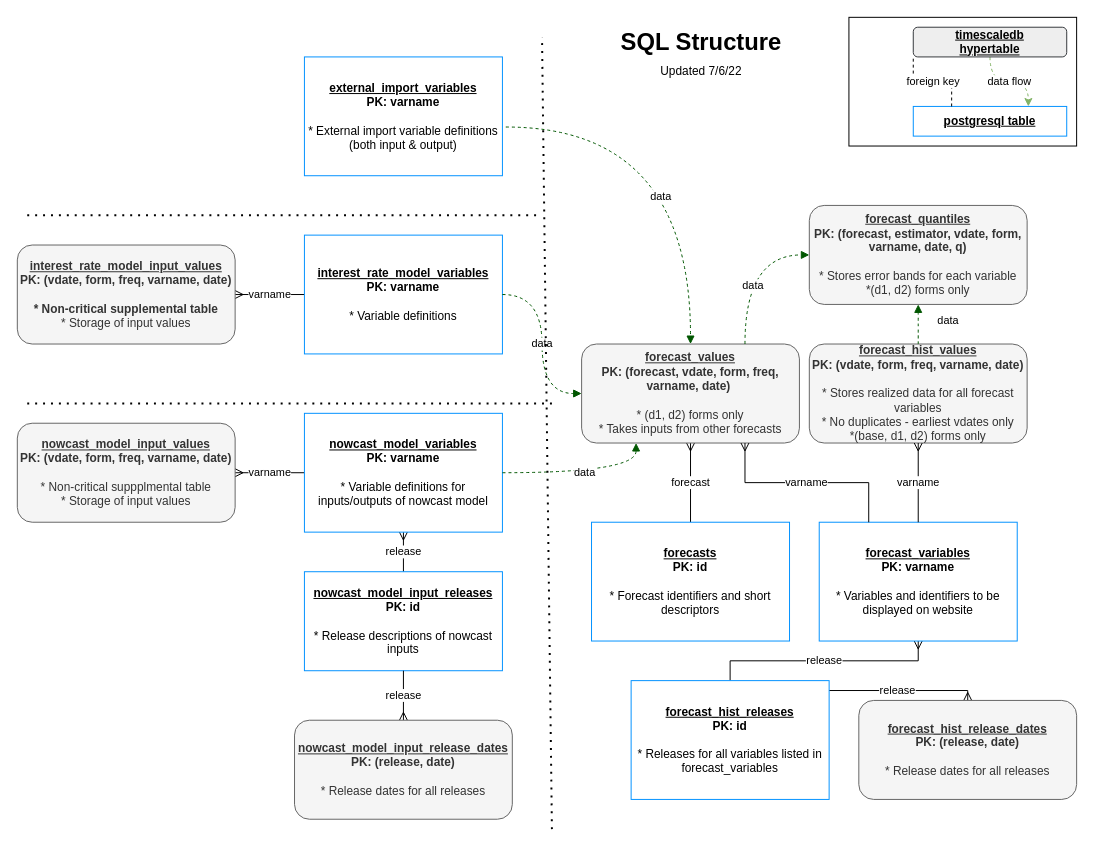
bongohead/econforecasting-r keeps this draw.io diagram as page "sql-structure" (1 of 4) of docs/diagram.drawio. Above is the earlier version. Source tidied: cells renumbered, new cells numbered last; positions are measured from the earlier drawing's top-left corner, leaving out a move shared by most shapes. Both pictures are drawn from the tidied source at 99%, with x=0, y=0 at pixel (17, 17).
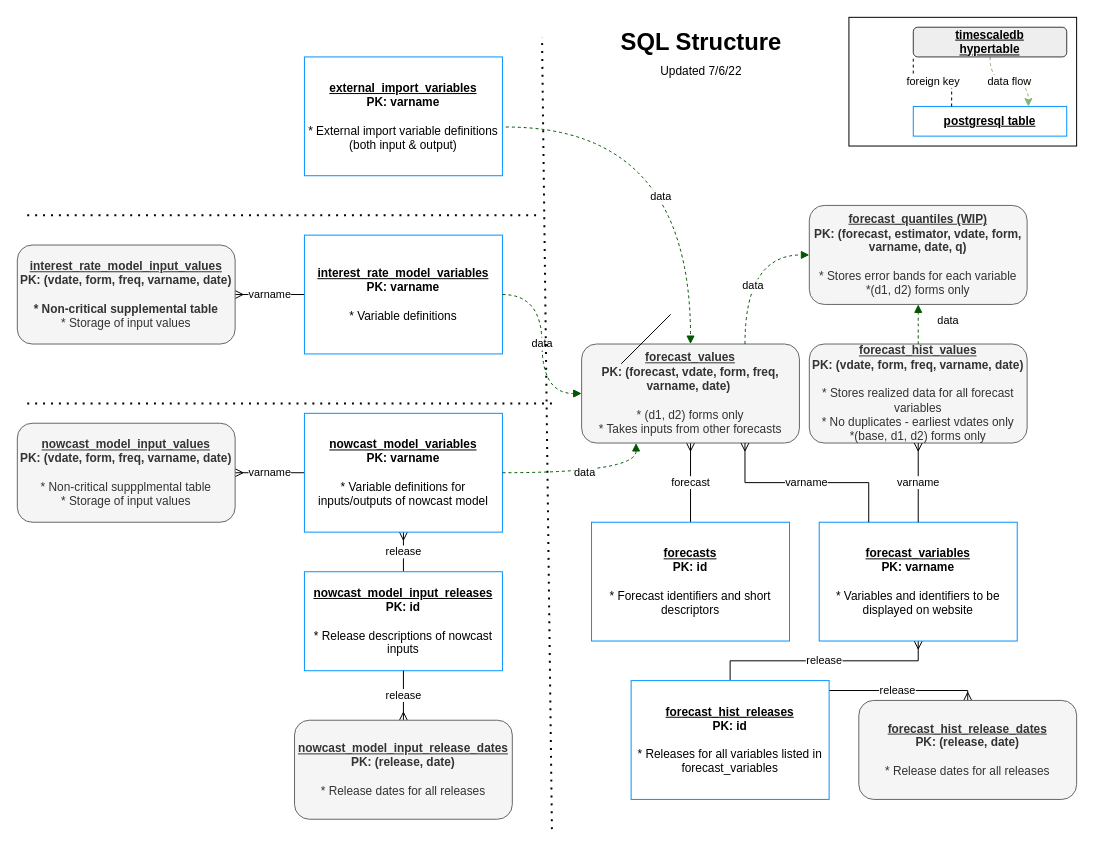
After the change.

Change to the diagram source:
```diff
@@
-    <mxCell id="37" value="&lt;u&gt;forecast_quantiles&lt;br&gt;&lt;/u&gt;PK: (forecast, estimator, vdate, form, varname, date, q)&lt;br&gt;&amp;nbsp;&lt;br&gt;&lt;div&gt;&lt;span style=&quot;font-weight: 400&quot;&gt;* Stores error bands for each variable&lt;/span&gt;&lt;/div&gt;&lt;div&gt;&lt;span style=&quot;font-weight: 400&quot;&gt;*(d1, d2) forms only&lt;/span&gt;&lt;/div&gt;" style="rounded=1;whiteSpace=wrap;html=1;glass=0;shadow=0;sketch=0;fontStyle=1;align=center;fillColor=#f5f5f5;fontColor=#333333;strokeColor=#666666;" parent="1" vertex="1">
+    <mxCell id="37" value="&lt;u&gt;forecast_quantiles (WIP)&lt;br&gt;&lt;/u&gt;PK: (forecast, estimator, vdate, form, varname, date, q)&lt;br&gt;&amp;nbsp;&lt;br&gt;&lt;div&gt;&lt;span style=&quot;font-weight: 400&quot;&gt;* Stores error bands for each variable&lt;/span&gt;&lt;/div&gt;&lt;div&gt;&lt;span style=&quot;font-weight: 400&quot;&gt;*(d1, d2) forms only&lt;/span&gt;&lt;/div&gt;" style="rounded=1;whiteSpace=wrap;html=1;glass=0;shadow=0;sketch=0;fontStyle=1;align=center;fillColor=#f5f5f5;fontColor=#333333;strokeColor=#666666;" parent="1" vertex="1">
       <mxGeometry x="800" y="190" width="220" height="100" as="geometry" />
     </mxCell>
@@
+    <mxCell id="40" style="endArrow=none;html=1;rounded=0;" parent="1" edge="1">
+      <mxGeometry relative="1" as="geometry">
+        <mxPoint x="610" y="350" as="sourcePoint" />
+        <mxPoint x="660" y="300" as="targetPoint" />
+      </mxGeometry>
+    </mxCell>
```
